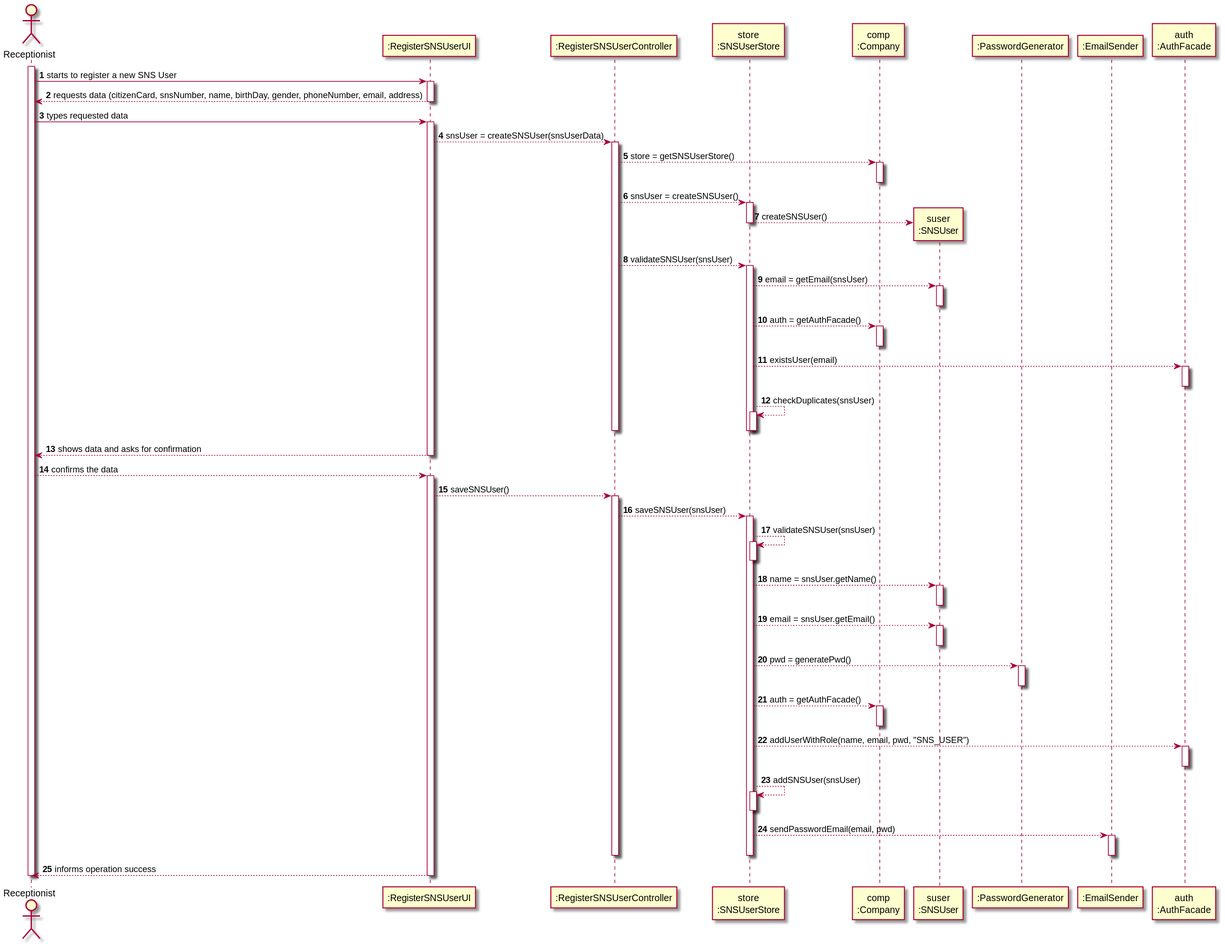
The PlantUML diagram docs/SprintB/US03/SD/US03_SD.svg in miseEnPlace-i/lapr2, before a commit.
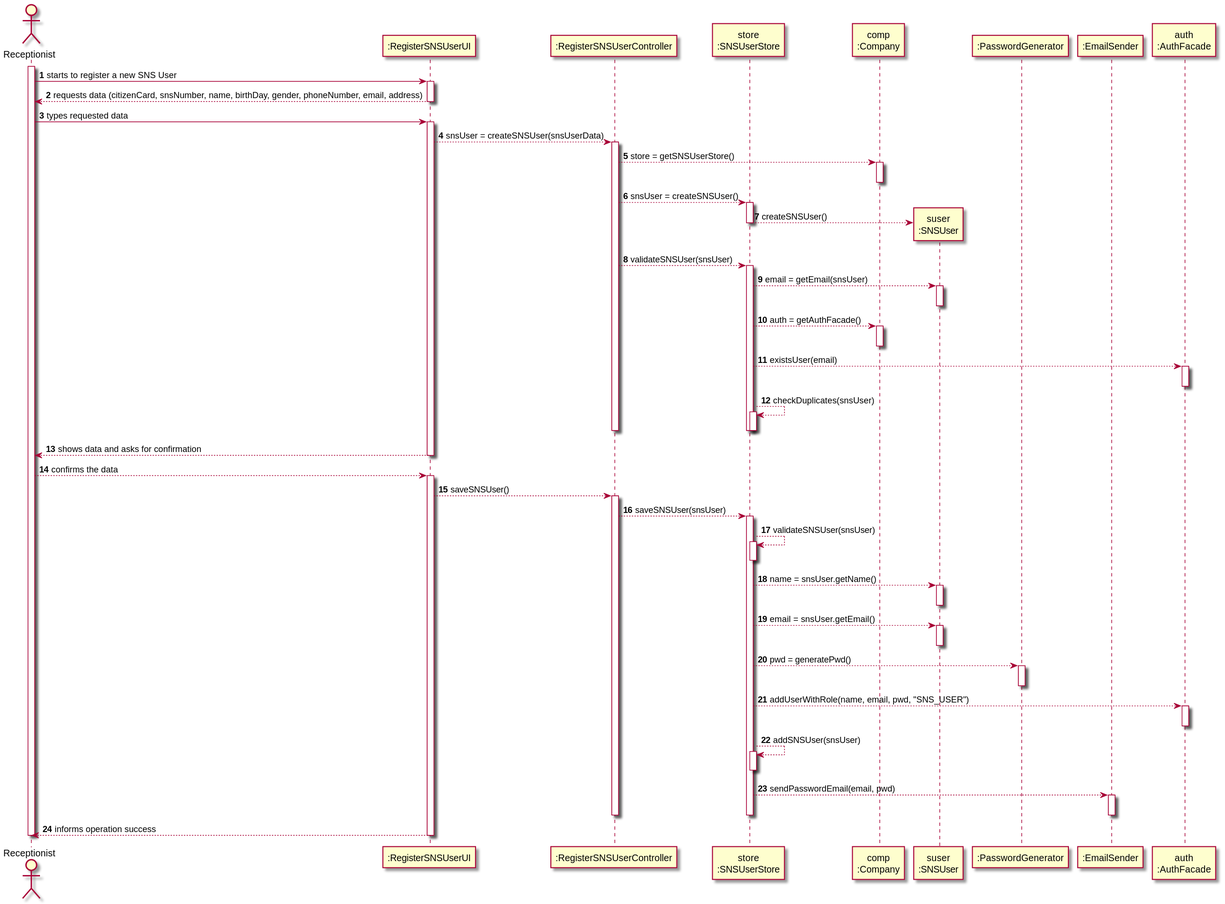
The same file after the commit.

Change to the diagram source:
```diff
@@ -85,9 +85,6 @@
 activate PWDGEN
 deactivate PWDGEN
 
-STORE --> COMP : auth = getAuthFacade()
-activate COMP
-deactivate COMP
 
 STORE --> AUTH : addUserWithRole(name, email, pwd, "SNS_USER")
 activate AUTH
```
